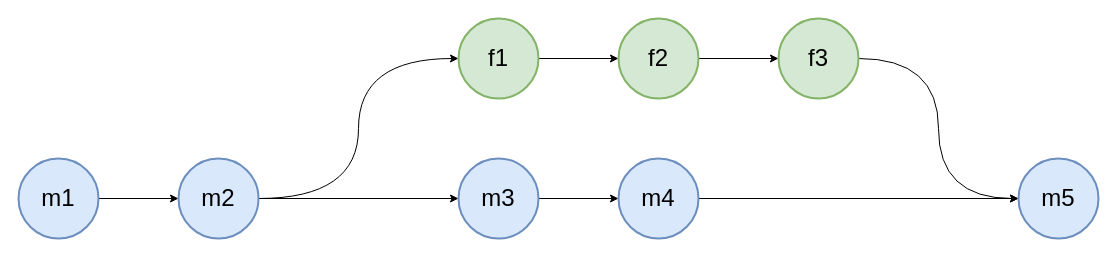
Above: content/post/git-merge-strategies/merge.drawio in frasermclean/personal-site (draw.io), before the change. Source tidied: cells renumbered, new cells numbered last; positions are measured from the earlier drawing's top-left corner, leaving out a move shared by most shapes. Both pictures are drawn from the tidied source at 100%, with x=0, y=0 at pixel (18, 18).
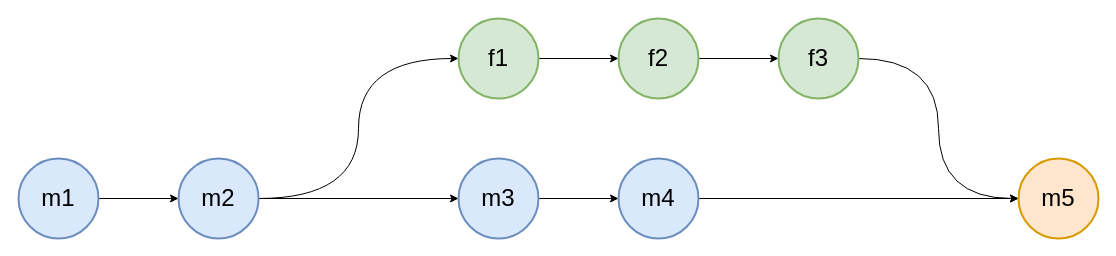
The same diagram, later.

The edit, as a diff of the source:
```diff
@@
 <mxGraphModel>
   <root>
     <mxCell id="0" />
     <mxCell id="1" parent="0" />
     <mxCell id="2" style="edgeStyle=orthogonalEdgeStyle;rounded=0;jettySize=auto;html=1;" parent="1" edge="1" source="3" target="6">
       <mxGeometry relative="1" as="geometry" />
     </mxCell>
     <mxCell id="3" value="m1" style="ellipse;whiteSpace=wrap;html=1;strokeWidth=2;fillColor=#dae8fc;strokeColor=#6c8ebf;fontSize=24;" parent="1" vertex="1">
       <mxGeometry y="140" width="80" height="80" as="geometry" />
     </mxCell>
     <mxCell id="4" style="edgeStyle=orthogonalEdgeStyle;rounded=0;jettySize=auto;html=1;entryX=0;entryY=0.5;entryDx=0;entryDy=0;" parent="1" edge="1" source="6" target="8">
       <mxGeometry relative="1" as="geometry" />
     </mxCell>
     <mxCell id="5" style="edgeStyle=orthogonalEdgeStyle;rounded=0;jettySize=auto;html=1;exitX=1;exitY=0.5;exitDx=0;exitDy=0;entryX=0;entryY=0.5;entryDx=0;entryDy=0;curved=1;" parent="1" edge="1" source="6" target="10">
       <mxGeometry relative="1" as="geometry" />
     </mxCell>
     <mxCell id="6" value="m2" style="ellipse;whiteSpace=wrap;html=1;strokeWidth=2;fillColor=#dae8fc;strokeColor=#6c8ebf;fontSize=24;" parent="1" vertex="1">
       <mxGeometry x="160" y="140" width="80" height="80" as="geometry" />
     </mxCell>
     <mxCell id="7" style="edgeStyle=orthogonalEdgeStyle;rounded=0;jettySize=auto;html=1;entryX=0;entryY=0.5;entryDx=0;entryDy=0;" parent="1" edge="1" source="8" target="12">
       <mxGeometry relative="1" as="geometry" />
     </mxCell>
     <mxCell id="8" value="m3" style="ellipse;whiteSpace=wrap;html=1;strokeWidth=2;fillColor=#dae8fc;strokeColor=#6c8ebf;fontSize=24;" parent="1" vertex="1">
       <mxGeometry x="440" y="140" width="80" height="80" as="geometry" />
     </mxCell>
     <mxCell id="9" style="edgeStyle=orthogonalEdgeStyle;rounded=0;jettySize=auto;html=1;" parent="1" edge="1" source="10" target="14">
       <mxGeometry relative="1" as="geometry" />
     </mxCell>
     <mxCell id="10" value="f1" style="ellipse;whiteSpace=wrap;html=1;strokeWidth=2;fillColor=#d5e8d4;strokeColor=#82b366;fontSize=24;" parent="1" vertex="1">
       <mxGeometry x="440" width="80" height="80" as="geometry" />
     </mxCell>
     <mxCell id="11" style="edgeStyle=orthogonalEdgeStyle;rounded=0;jettySize=auto;html=1;entryX=0;entryY=0.5;entryDx=0;entryDy=0;" parent="1" edge="1" source="12" target="17">
       <mxGeometry relative="1" as="geometry" />
     </mxCell>
     <mxCell id="12" value="m4" style="ellipse;whiteSpace=wrap;html=1;strokeWidth=2;fillColor=#dae8fc;strokeColor=#6c8ebf;fontSize=24;" parent="1" vertex="1">
       <mxGeometry x="600" y="140" width="80" height="80" as="geometry" />
     </mxCell>
     <mxCell id="13" style="edgeStyle=orthogonalEdgeStyle;rounded=0;jettySize=auto;html=1;entryX=0;entryY=0.5;entryDx=0;entryDy=0;" parent="1" edge="1" source="14" target="16">
       <mxGeometry relative="1" as="geometry" />
     </mxCell>
     <mxCell id="14" value="f2" style="ellipse;whiteSpace=wrap;html=1;strokeWidth=2;fillColor=#d5e8d4;strokeColor=#82b366;fontSize=24;" parent="1" vertex="1">
       <mxGeometry x="600" width="80" height="80" as="geometry" />
     </mxCell>
     <mxCell id="15" style="edgeStyle=orthogonalEdgeStyle;rounded=0;jettySize=auto;html=1;entryX=0;entryY=0.5;entryDx=0;entryDy=0;curved=1;" parent="1" edge="1" source="16" target="17">
       <mxGeometry relative="1" as="geometry" />
     </mxCell>
     <mxCell id="16" value="f3" style="ellipse;whiteSpace=wrap;html=1;strokeWidth=2;fillColor=#d5e8d4;strokeColor=#82b366;fontSize=24;" parent="1" vertex="1">
       <mxGeometry x="760" width="80" height="80" as="geometry" />
     </mxCell>
-    <mxCell id="17" value="m5" style="ellipse;whiteSpace=wrap;html=1;strokeWidth=2;fillColor=#dae8fc;strokeColor=#6c8ebf;fontSize=24;" parent="1" vertex="1">
+    <mxCell id="17" value="m5" style="ellipse;whiteSpace=wrap;html=1;strokeWidth=2;fillColor=#ffe6cc;strokeColor=#d79b00;fontSize=24;" parent="1" vertex="1">
       <mxGeometry x="1000" y="140" width="80" height="80" as="geometry" />
     </mxCell>
   </root>
 </mxGraphModel>
```
